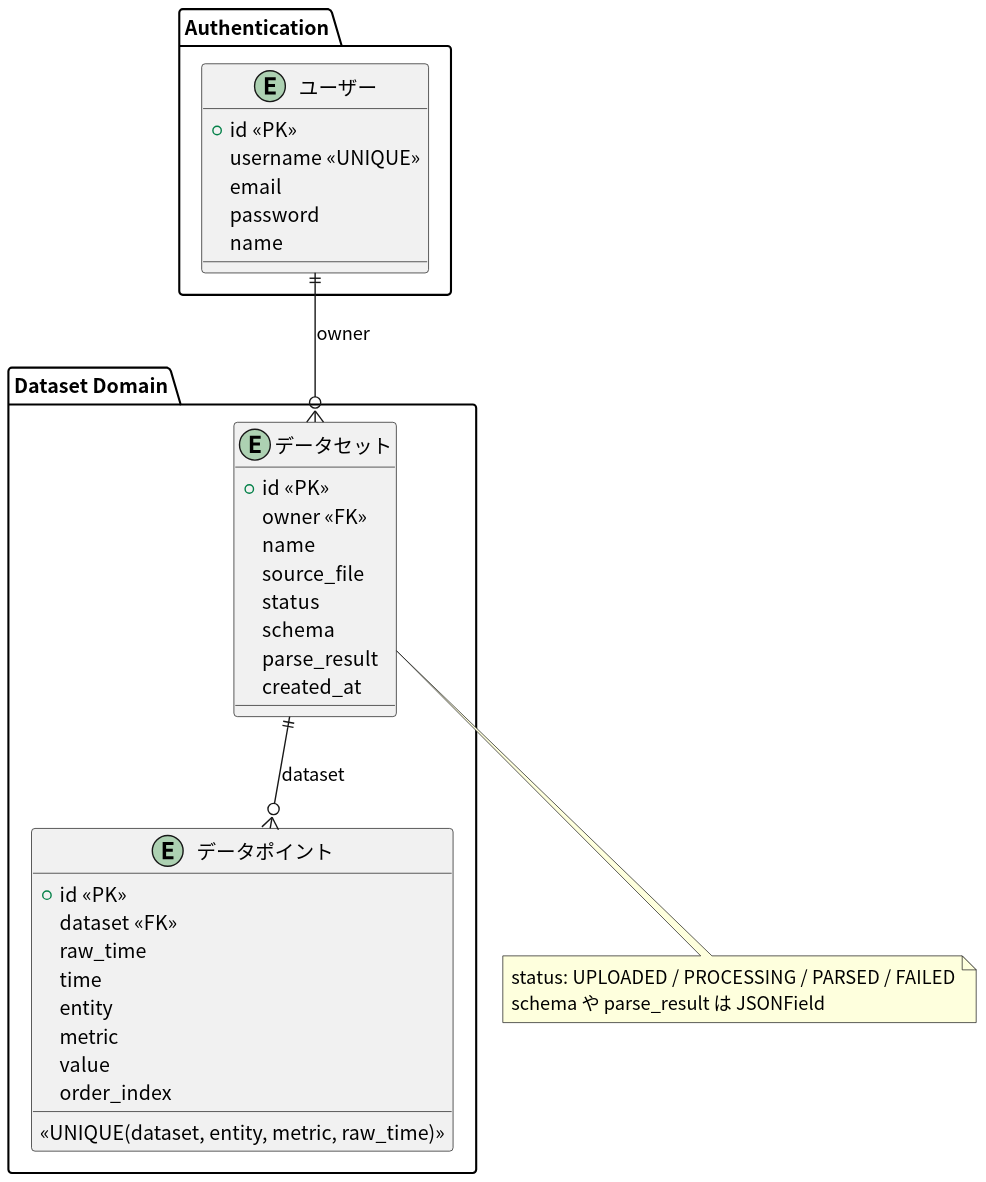
Before: docs/er/er/er.svg, a diagram exported from PlantUML (tomoki-shiozaki/vizshare). Source of this version:
```plantuml
@startuml
skinparam defaultFontName "Noto Sans CJK JP"

package "Authentication" {
  entity "ユーザー" as User {
    +id <<PK>>
    username <<UNIQUE>>
    email
    password
    name
  }
}

package "Dataset Domain" {

  entity "データセット" as Dataset {
    +id <<PK>>
    owner <<FK>>
    name
    source_file
    status
    schema
    parse_result
    created_at
  }

  entity "データポイント" as DataPoint {
    +id <<PK>>
    dataset <<FK>>
    raw_time
    time
    entity
    metric
    value
    order_index
    <<UNIQUE(dataset, entity, metric, raw_time)>>
  }

  User ||--o{ Dataset : owner
  Dataset ||--o{ DataPoint : dataset
}

note bottom of Dataset
status: UPLOADED / PROCESSING / PARSED / FAILED
schema や parse_result は JSONField
end note
@enduml
```
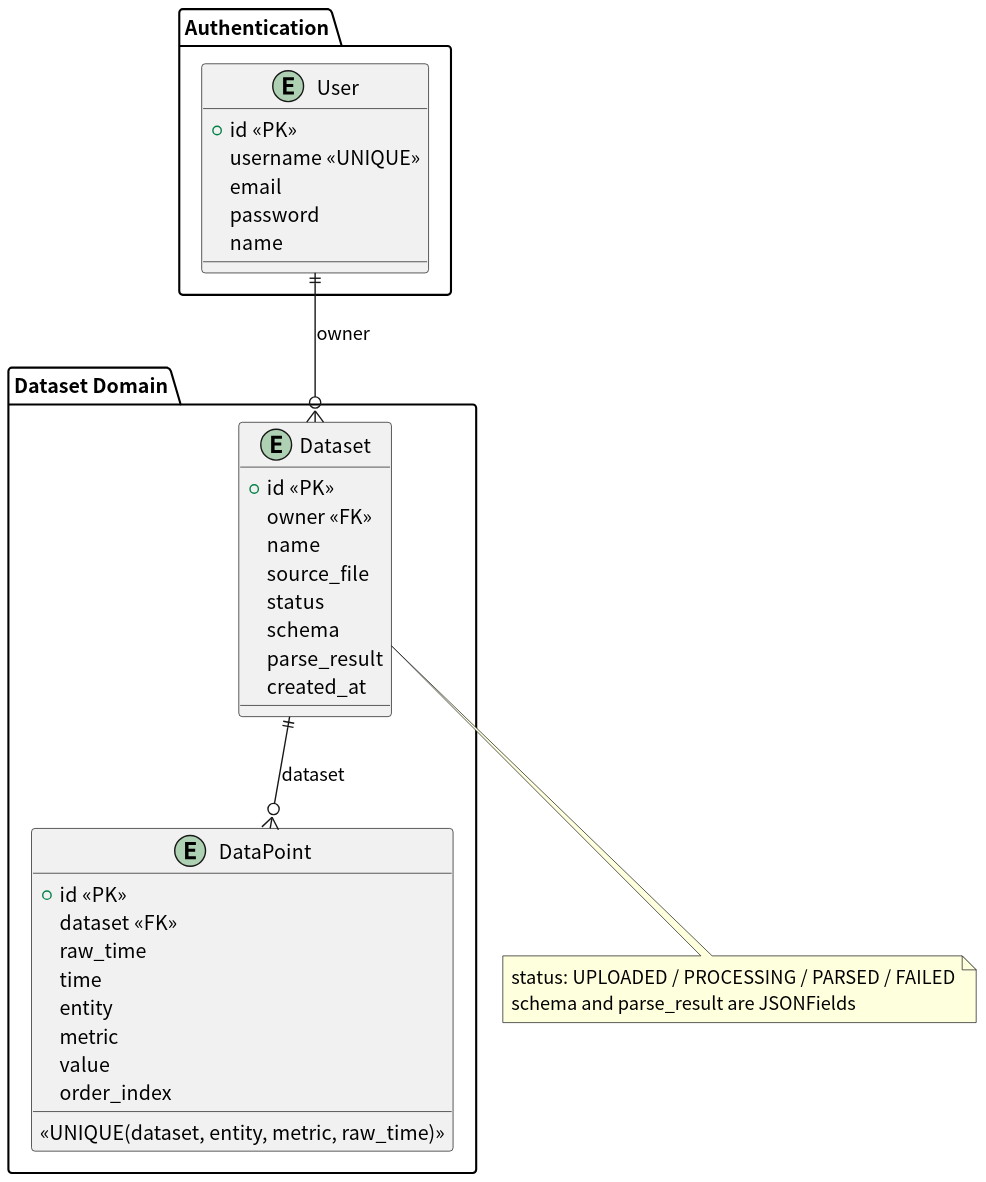
The same file after the commit.

The edit, as a diff of the source:
```diff
@@ -2,7 +2,7 @@
 skinparam defaultFontName "Noto Sans CJK JP"
 
 package "Authentication" {
-  entity "ユーザー" as User {
+  entity "User" as User {
     +id <<PK>>
     username <<UNIQUE>>
     email
@@ -13,7 +13,7 @@
 
 package "Dataset Domain" {
 
-  entity "データセット" as Dataset {
+  entity "Dataset" as Dataset {
     +id <<PK>>
     owner <<FK>>
     name
@@ -24,7 +24,7 @@
     created_at
   }
 
-  entity "データポイント" as DataPoint {
+  entity "DataPoint" as DataPoint {
     +id <<PK>>
     dataset <<FK>>
     raw_time
@@ -42,6 +42,6 @@
 
 note bottom of Dataset
 status: UPLOADED / PROCESSING / PARSED / FAILED
-schema や parse_result は JSONField
+schema and parse_result are JSONFields
 end note
 @enduml
```
